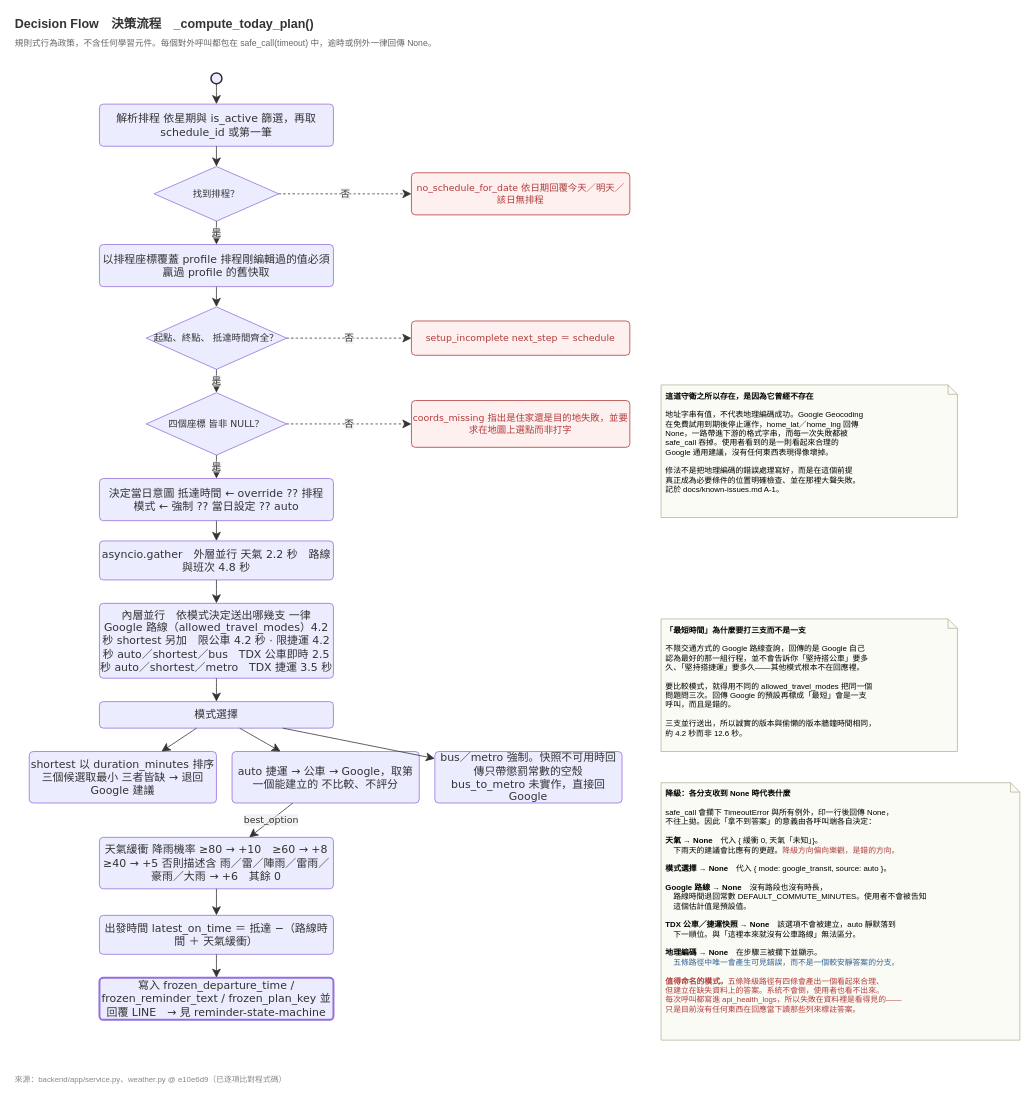
Earlier version of the draw.io diagram docs/diagrams/decision-flow.drawio (stephanieyenyu/smart-commute-assistant). Source tidied: cells renumbered, new cells numbered last; positions are measured from the earlier drawing's top-left corner, leaving out a move shared by most shapes. Both pictures are drawn from the tidied source at 78%, with x=0, y=0 at pixel (13, 13).
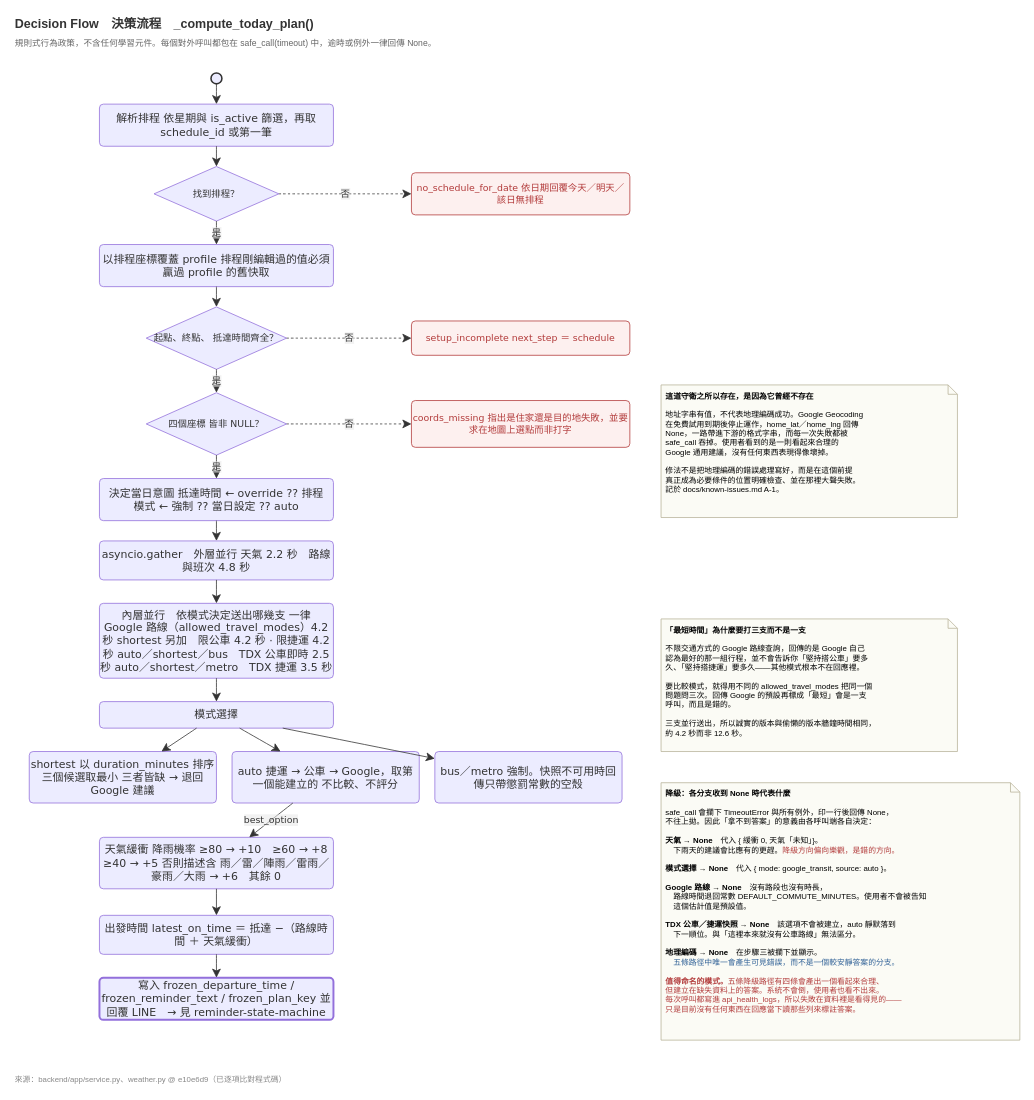
After the change.

Commit message (it also covers changes not shown here):
Remove unused bus_to_metro mode (C-5)

The edit, as a diff of the source:
```diff
@@
-    <mxCell id="19" value="bus／metro 強制。快照不可用時回傳只帶懲罰常數的空殼 bus_to_metro 未實作，直接回 Google" style="rounded=1;absoluteArcSize=1;arcSize=10;html=1;whiteSpace=wrap;strokeWidth=1;fillColor=light-dark(#ECECFF,#1f2020);strokeColor=light-dark(#9370DB,#cccccc);fontColor=light-dark(#333333,#cccccc);fontFamily=Trebuchet MS,Verdana,Arial,sans-serif;fontSize=14;" parent="1" vertex="1">
+    <mxCell id="19" value="bus／metro 強制。快照不可用時回傳只帶懲罰常數的空殼" style="rounded=1;absoluteArcSize=1;arcSize=10;html=1;whiteSpace=wrap;strokeWidth=1;fillColor=light-dark(#ECECFF,#1f2020);strokeColor=light-dark(#9370DB,#cccccc);fontColor=light-dark(#333333,#cccccc);fontFamily=Trebuchet MS,Verdana,Arial,sans-serif;fontSize=14;" parent="1" vertex="1">
       <mxGeometry x="540" y="946" width="240" height="66" as="geometry" />
     </mxCell>
```
